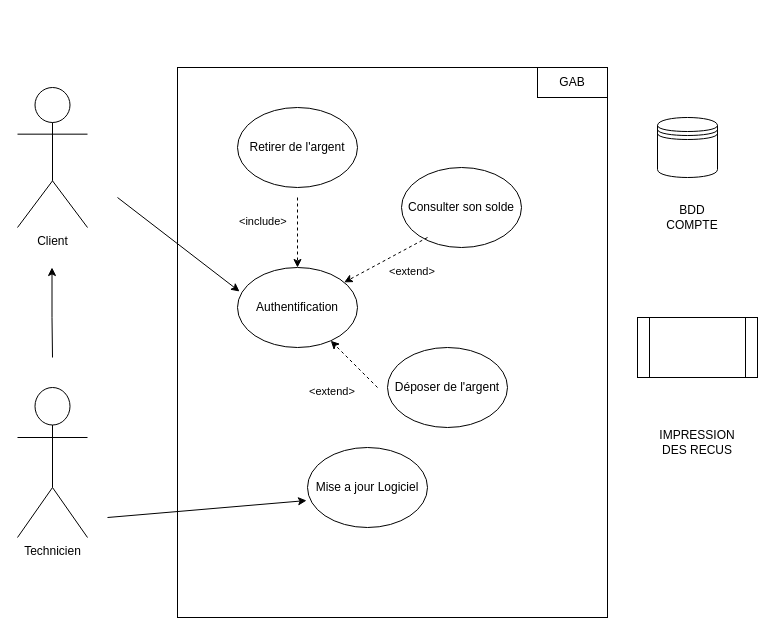
Above: Diagramme sans nom.drawio in laidouniyoussef/Events (draw.io), before the change. Source tidied: cells renumbered, new cells numbered last; positions are measured from the earlier drawing's top-left corner, leaving out a move shared by most shapes. Both pictures are drawn from the tidied source at 100%, with x=0, y=0 at pixel (17, 67).
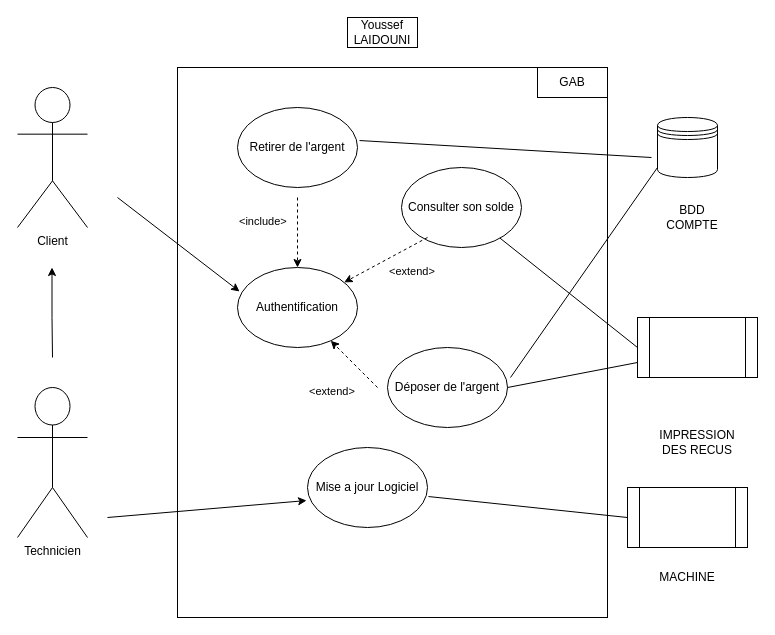
After the change.

Commit message (it also covers changes not shown here):
Mettre à jour Diagramme sans nom.drawio

The change refers to these unchanged cells:
```xml
<mxCell id="5" value="Mise a jour Logiciel" style="ellipse;whiteSpace=wrap;html=1;" parent="1" vertex="1">
  <mxGeometry x="290" y="380" width="120" height="80" as="geometry" />
</mxCell>
<mxCell id="6" value="Retirer de l'argent" style="ellipse;whiteSpace=wrap;html=1;" parent="1" vertex="1">
  <mxGeometry x="220" y="40" width="120" height="80" as="geometry" />
</mxCell>
<mxCell id="8" value="Déposer de l'argent" style="ellipse;whiteSpace=wrap;html=1;" parent="1" vertex="1">
  <mxGeometry x="370" y="280" width="120" height="80" as="geometry" />
</mxCell>
<mxCell id="9" value="Consulter son solde" style="ellipse;whiteSpace=wrap;html=1;" parent="1" vertex="1">
  <mxGeometry x="384" y="100" width="120" height="80" as="geometry" />
</mxCell>
<mxCell id="10" style="shape=datastore;whiteSpace=wrap;html=1;" parent="1" vertex="1">
  <mxGeometry x="640" y="50" width="60" height="60" as="geometry" />
</mxCell>
<mxCell id="11" style="shape=process;whiteSpace=wrap;html=1;backgroundOutline=1;" parent="1" vertex="1">
  <mxGeometry x="620" y="250" width="120" height="60" as="geometry" />
</mxCell>
```

The edit, as a diff of the source:
```diff
@@
+    <mxCell id="24" value="Youssef LAIDOUNI" style="rounded=0;whiteSpace=wrap;html=1;fillColor=none;" parent="1" vertex="1">
+      <mxGeometry x="330" y="-50" width="70" height="30" as="geometry" />
+    </mxCell>
+    <mxCell id="25" style="endArrow=none;html=1;rounded=0;exitX=1.017;exitY=0.413;exitDx=0;exitDy=0;exitPerimeter=0;" parent="1" edge="1" source="6">
+      <mxGeometry relative="1" as="geometry">
+        <mxPoint x="634" y="90" as="targetPoint" />
+      </mxGeometry>
+    </mxCell>
+    <mxCell id="26" style="endArrow=none;html=1;rounded=0;entryX=0;entryY=0.5;entryDx=0;entryDy=0;" parent="1" edge="1" source="9" target="11">
+      <mxGeometry relative="1" as="geometry" />
+    </mxCell>
+    <mxCell id="27" style="endArrow=none;html=1;rounded=0;entryX=0;entryY=0.833;entryDx=0;entryDy=0;entryPerimeter=0;" parent="1" edge="1" target="10">
+      <mxGeometry relative="1" as="geometry">
+        <mxPoint x="493" y="310" as="sourcePoint" />
+      </mxGeometry>
+    </mxCell>
+    <mxCell id="28" style="endArrow=none;html=1;rounded=0;entryX=0;entryY=0.75;entryDx=0;entryDy=0;exitX=1;exitY=0.5;exitDx=0;exitDy=0;" parent="1" edge="1" source="8" target="11">
+      <mxGeometry relative="1" as="geometry" />
+    </mxCell>
+    <mxCell id="29" style="shape=process;whiteSpace=wrap;html=1;backgroundOutline=1;" parent="1" vertex="1">
+      <mxGeometry x="610" y="420" width="120" height="60" as="geometry" />
+    </mxCell>
+    <mxCell id="30" value="MACHINE" style="rounded=0;whiteSpace=wrap;html=1;shadow=0;strokeColor=none;" parent="1" vertex="1">
+      <mxGeometry x="635" y="495" width="70" height="30" as="geometry" />
+    </mxCell>
+    <mxCell id="31" style="endArrow=none;html=1;rounded=0;entryX=0;entryY=0.5;entryDx=0;entryDy=0;exitX=1.008;exitY=0.613;exitDx=0;exitDy=0;exitPerimeter=0;" parent="1" edge="1" source="5" target="29">
+      <mxGeometry relative="1" as="geometry" />
+    </mxCell>
```
